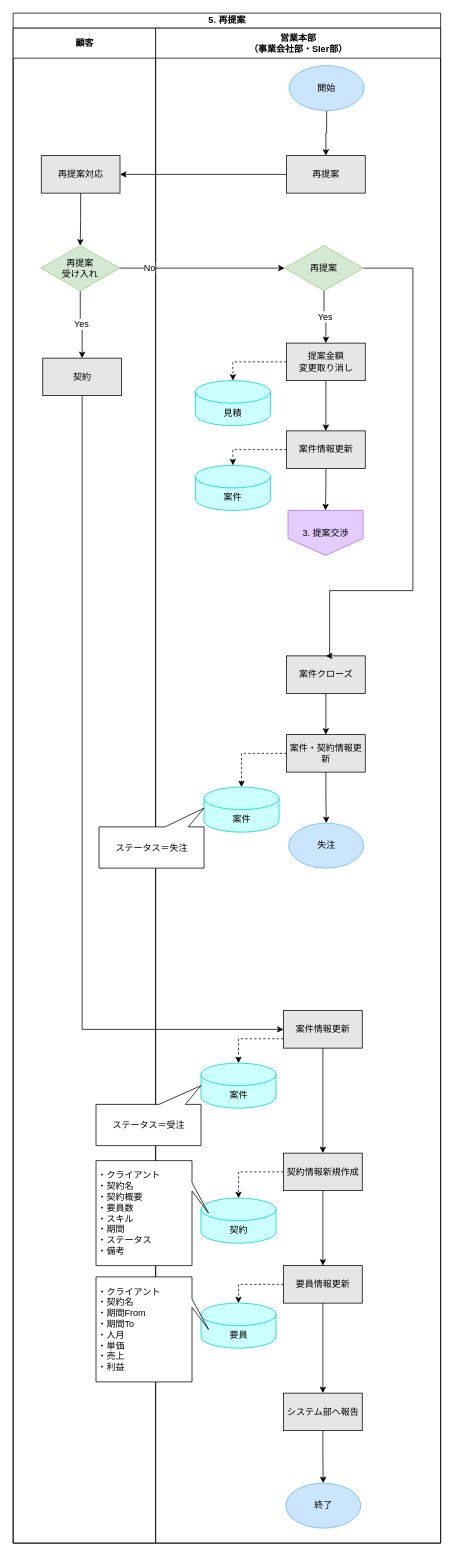
TaikiHorita/TaikiRepository keeps this draw.io diagram as page "再提案" (6 of 6) of 20230622To-Be業務フロー図.drawio. Above is the earlier version. Source tidied: cells renumbered, new cells numbered last; positions are measured from the earlier drawing's top-left corner, leaving out a move shared by most shapes. Both pictures are drawn from the tidied source at 75%, with x=0, y=0 at pixel (13, 13).
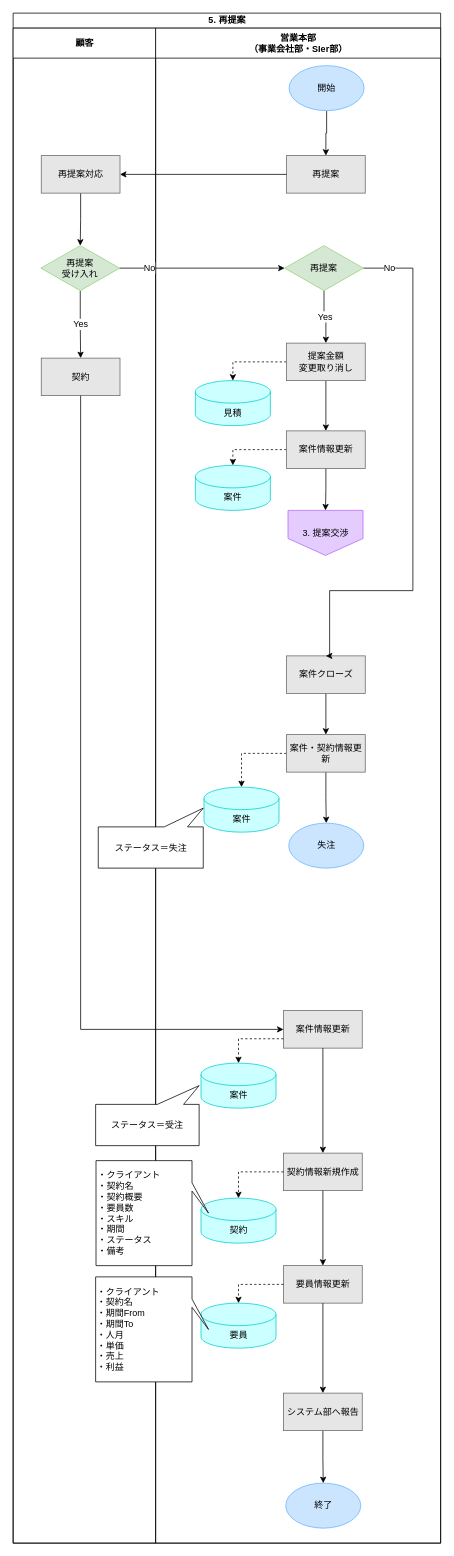
The same diagram, later.

The change refers to these unchanged cells:
```xml
<mxCell id="3" value="顧客" style="swimlane;startSize=40;html=1;fontFamily=Meiryo UI ;fontSize=12;" parent="2" vertex="1">
  <mxGeometry y="20" width="190" height="2020" as="geometry" />
</mxCell>
<mxCell id="9" value="営業本部&lt;br style=&quot;font-size: 12px;&quot;&gt;（事業会社部・SIer部）" style="swimlane;startSize=40;html=1;fontFamily=Meiryo UI ;fontSize=12;" parent="2" vertex="1">
  <mxGeometry x="190" y="20" width="380" height="2020" as="geometry" />
</mxCell>
<mxCell id="19" value="再提案" style="rhombus;whiteSpace=wrap;html=1;fillColor=#D5E8D4;fontFamily=Meiryo UI ;strokeColor=#97D077;fontSize=12;" parent="9" vertex="1">
  <mxGeometry x="172" y="290" width="105" height="60" as="geometry" />
</mxCell>
```

Change to the diagram source:
```diff
@@
-    <mxCell id="5" value="再提案対応" style="rounded=0;whiteSpace=wrap;html=1;fillColor=#E6E6E6;fontFamily=Meiryo UI ;fontSize=12;" parent="3" vertex="1">
+    <mxCell id="5" value="再提案対応" style="rounded=0;whiteSpace=wrap;html=1;fillColor=#E6E6E6;fontFamily=Meiryo UI ;fontSize=12;strokeColor=#666666;" parent="3" vertex="1">
       <mxGeometry x="37.5" y="170" width="105" height="50" as="geometry" />
     </mxCell>
@@
-    <mxCell id="8" value="契約" style="rounded=0;whiteSpace=wrap;html=1;fillColor=#E6E6E6;fontFamily=Meiryo UI ;fontSize=12;" parent="3" vertex="1">
-      <mxGeometry x="39.5" y="440" width="105" height="50" as="geometry" />
+    <mxCell id="8" value="契約" style="rounded=0;whiteSpace=wrap;html=1;fillColor=#E6E6E6;fontFamily=Meiryo UI ;fontSize=12;strokeColor=#666666;" parent="3" vertex="1">
+      <mxGeometry x="37.5" y="440" width="105" height="50" as="geometry" />
     </mxCell>
@@
-    <mxCell id="11" value="案件クローズ" style="rounded=0;whiteSpace=wrap;html=1;fillColor=#E6E6E6;fontFamily=Meiryo UI ;fontSize=12;" parent="9" vertex="1">
+    <mxCell id="11" value="案件クローズ" style="rounded=0;whiteSpace=wrap;html=1;fillColor=#E6E6E6;fontFamily=Meiryo UI ;fontSize=12;strokeColor=#666666;" parent="9" vertex="1">
       <mxGeometry x="174.5" y="837" width="105" height="50" as="geometry" />
     </mxCell>
@@
-    <mxCell id="14" value="案件・契約情報更新" style="rounded=0;whiteSpace=wrap;html=1;fillColor=#E6E6E6;fontFamily=Meiryo UI ;fontSize=12;" parent="9" vertex="1">
+    <mxCell id="14" value="案件・契約情報更新" style="rounded=0;whiteSpace=wrap;html=1;fillColor=#E6E6E6;fontFamily=Meiryo UI ;fontSize=12;strokeColor=#666666;" parent="9" vertex="1">
       <mxGeometry x="174.5" y="942" width="105" height="50" as="geometry" />
     </mxCell>
@@
-    <mxCell id="18" style="edgeStyle=orthogonalEdgeStyle;rounded=0;jettySize=auto;html=1;exitX=1;exitY=0.5;exitDx=0;exitDy=0;entryX=0.5;entryY=0;entryDx=0;entryDy=0;fontFamily=Meiryo UI ;fontSize=12;" parent="9" edge="1" source="19" target="11">
-      <mxGeometry relative="1" as="geometry">
+    <mxCell id="18" value="No" style="edgeStyle=orthogonalEdgeStyle;rounded=0;jettySize=auto;html=1;exitX=1;exitY=0.5;exitDx=0;exitDy=0;entryX=0.5;entryY=0;entryDx=0;entryDy=0;fontFamily=Meiryo UI ;fontSize=12;" parent="9" edge="1" source="19" target="11">
+      <mxGeometry x="-0.9" relative="1" as="geometry">
         <Array as="points">
           <mxPoint x="343" y="320" />
           <mxPoint x="343" y="750" />
           <mxPoint x="232" y="750" />
           <mxPoint x="232" y="837" />
         </Array>
       </mxGeometry>
     </mxCell>
@@
-    <mxCell id="23" value="提案金額&lt;br style=&quot;font-size: 12px;&quot;&gt;変更取り消し" style="rounded=0;whiteSpace=wrap;html=1;fillColor=#E6E6E6;fontFamily=Meiryo UI ;fontSize=12;" parent="9" vertex="1">
+    <mxCell id="23" value="提案金額&lt;br style=&quot;font-size: 12px;&quot;&gt;変更取り消し" style="rounded=0;whiteSpace=wrap;html=1;fillColor=#E6E6E6;fontFamily=Meiryo UI ;fontSize=12;strokeColor=#666666;" parent="9" vertex="1">
       <mxGeometry x="174.5" y="420" width="105" height="50" as="geometry" />
     </mxCell>
@@
-    <mxCell id="26" value="案件情報更新" style="rounded=0;whiteSpace=wrap;html=1;fillColor=#E6E6E6;fontFamily=Meiryo UI ;fontSize=12;" parent="9" vertex="1">
+    <mxCell id="26" value="案件情報更新" style="rounded=0;whiteSpace=wrap;html=1;fillColor=#E6E6E6;fontFamily=Meiryo UI ;fontSize=12;strokeColor=#666666;" parent="9" vertex="1">
       <mxGeometry x="174.5" y="537" width="105" height="50" as="geometry" />
     </mxCell>
@@
-    <mxCell id="29" value="案件情報更新" style="rounded=0;whiteSpace=wrap;html=1;fillColor=#E6E6E6;fontFamily=Meiryo UI ;fontSize=12;" parent="9" vertex="1">
+    <mxCell id="29" value="案件情報更新" style="rounded=0;whiteSpace=wrap;html=1;fillColor=#E6E6E6;fontFamily=Meiryo UI ;fontSize=12;strokeColor=#666666;" parent="9" vertex="1">
       <mxGeometry x="170.5" y="1310" width="105" height="50" as="geometry" />
     </mxCell>
@@
-    <mxCell id="32" value="契約情報新規作成" style="rounded=0;whiteSpace=wrap;html=1;fillColor=#E6E6E6;fontFamily=Meiryo UI ;fontSize=12;" parent="9" vertex="1">
+    <mxCell id="32" value="契約情報新規作成" style="rounded=0;whiteSpace=wrap;html=1;fillColor=#E6E6E6;fontFamily=Meiryo UI ;fontSize=12;strokeColor=#666666;" parent="9" vertex="1">
       <mxGeometry x="170.5" y="1500" width="105" height="50" as="geometry" />
     </mxCell>
@@
-    <mxCell id="36" value="要員情報更新" style="rounded=0;whiteSpace=wrap;html=1;fillColor=#E6E6E6;fontFamily=Meiryo UI ;fontSize=12;" parent="9" vertex="1">
+    <mxCell id="36" value="要員情報更新" style="rounded=0;whiteSpace=wrap;html=1;fillColor=#E6E6E6;fontFamily=Meiryo UI ;fontSize=12;strokeColor=#666666;" parent="9" vertex="1">
       <mxGeometry x="170.5" y="1650" width="105" height="50" as="geometry" />
     </mxCell>
@@
     <mxCell id="41" value="ステータス＝受注" style="shape=callout;whiteSpace=wrap;html=1;perimeter=calloutPerimeter;direction=west;base=35;position2=0;size=25;position=0.15;fontFamily=Meiryo UI ;fontSize=12;" parent="9" vertex="1">
-      <mxGeometry x="-79.5" y="1410" width="140" height="80" as="geometry" />
+      <mxGeometry x="-80" y="1410" width="138" height="80" as="geometry" />
     </mxCell>
@@
     <mxCell id="43" value="&lt;div style=&quot;border-color: var(--border-color); font-size: 12px;&quot;&gt;・クライアント&lt;/div&gt;&lt;div style=&quot;border-color: var(--border-color); font-size: 12px;&quot;&gt;&lt;span style=&quot;border-color: var(--border-color); background-color: initial; font-size: 12px;&quot;&gt;・契約名&lt;/span&gt;&lt;/div&gt;&lt;div style=&quot;border-color: var(--border-color); font-size: 12px;&quot;&gt;&lt;span style=&quot;border-color: var(--border-color); background-color: initial; font-size: 12px;&quot;&gt;・期間From&lt;/span&gt;&lt;/div&gt;&lt;div style=&quot;border-color: var(--border-color); font-size: 12px;&quot;&gt;&lt;span style=&quot;border-color: var(--border-color); background-color: initial; font-size: 12px;&quot;&gt;・期間To&lt;/span&gt;&lt;/div&gt;&lt;div style=&quot;border-color: var(--border-color); font-size: 12px;&quot;&gt;&lt;span style=&quot;border-color: var(--border-color); background-color: initial; font-size: 12px;&quot;&gt;・人月&lt;/span&gt;&lt;/div&gt;&lt;div style=&quot;border-color: var(--border-color); font-size: 12px;&quot;&gt;&lt;span style=&quot;border-color: var(--border-color); background-color: initial; font-size: 12px;&quot;&gt;・単価&lt;/span&gt;&lt;/div&gt;&lt;div style=&quot;border-color: var(--border-color); font-size: 12px;&quot;&gt;&lt;span style=&quot;border-color: var(--border-color); background-color: initial; font-size: 12px;&quot;&gt;・売上&lt;/span&gt;&lt;/div&gt;&lt;div style=&quot;border-color: var(--border-color); font-size: 12px;&quot;&gt;&lt;span style=&quot;border-color: var(--border-color); background-color: initial; font-size: 12px;&quot;&gt;・利益&lt;/span&gt;&lt;/div&gt;" style="shape=callout;whiteSpace=wrap;html=1;perimeter=calloutPerimeter;direction=north;base=11;position2=0.5;size=22;position=0.71;align=left;fontFamily=Meiryo UI ;fontSize=12;" parent="9" vertex="1">
-      <mxGeometry x="-79.5" y="1665" width="150" height="140" as="geometry" />
+      <mxGeometry x="-80" y="1665" width="150.5" height="140" as="geometry" />
     </mxCell>
@@
-    <mxCell id="45" value="システム部へ報告" style="rounded=0;whiteSpace=wrap;html=1;fillColor=#E6E6E6;fontFamily=Meiryo UI ;fontSize=12;" parent="9" vertex="1">
+    <mxCell id="45" value="システム部へ報告" style="rounded=0;whiteSpace=wrap;html=1;fillColor=#E6E6E6;fontFamily=Meiryo UI ;fontSize=12;strokeColor=#666666;" parent="9" vertex="1">
       <mxGeometry x="170.5" y="1820" width="105" height="50" as="geometry" />
     </mxCell>
@@
-    <mxCell id="47" value="再提案" style="rounded=0;whiteSpace=wrap;html=1;fillColor=#E6E6E6;fontFamily=Meiryo UI ;fontSize=12;" parent="9" vertex="1">
+    <mxCell id="47" value="再提案" style="rounded=0;whiteSpace=wrap;html=1;fillColor=#E6E6E6;fontFamily=Meiryo UI ;fontSize=12;strokeColor=#666666;" parent="9" vertex="1">
       <mxGeometry x="174.5" y="170" width="105" height="50" as="geometry" />
     </mxCell>
@@
     <mxCell id="50" value="ステータス＝失注" style="shape=callout;whiteSpace=wrap;html=1;perimeter=calloutPerimeter;direction=west;base=31;position2=0;size=25;position=0.15;fontFamily=Meiryo UI ;fontSize=12;" parent="9" vertex="1">
-      <mxGeometry x="-75.5" y="1040" width="140" height="80" as="geometry" />
+      <mxGeometry x="-76.5" y="1040" width="140" height="80" as="geometry" />
     </mxCell>
```
